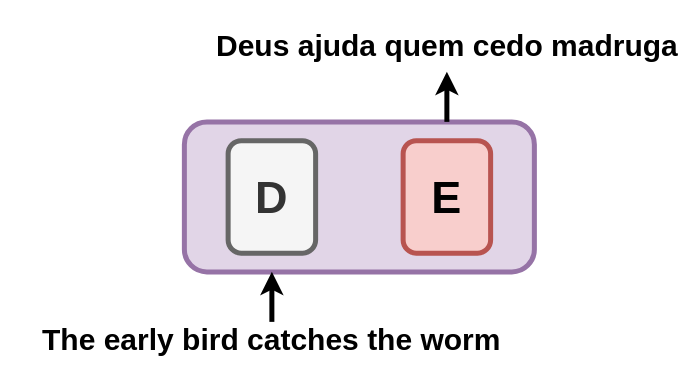
viniciusrpb/drawio_flowcharts keeps this draw.io diagram as transformer.drawio. Above is the earlier version. Source tidied: cells renumbered, new cells numbered last; positions are measured from the earlier drawing's top-left corner, leaving out a move shared by most shapes. Both pictures are drawn from the tidied source at 125%, with x=0, y=0 at pixel (21, 21).
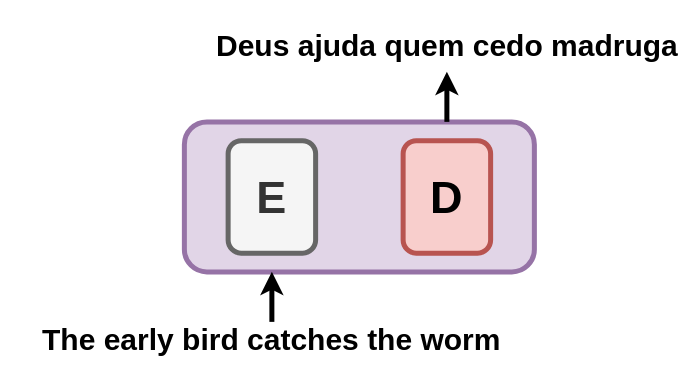
The same page after the edit.

What changed in the source:
```diff
@@
 <mxGraphModel>
   <root>
     <mxCell id="0" />
     <mxCell id="1" parent="0" />
     <mxCell id="2" style="rounded=1;whiteSpace=wrap;html=1;fontSize=36;glass=0;strokeWidth=4;shadow=0;fillColor=#e1d5e7;strokeColor=#9673a6;" parent="1" vertex="1">
       <mxGeometry x="130" y="80" width="280" height="120" as="geometry" />
     </mxCell>
     <mxCell id="3" style="edgeStyle=orthogonalEdgeStyle;rounded=0;jettySize=auto;html=1;strokeWidth=4;entryX=0.25;entryY=1;entryDx=0;entryDy=0;" parent="1" edge="1" source="4" target="2">
       <mxGeometry relative="1" as="geometry" />
     </mxCell>
     <mxCell id="4" value="The early bird catches the worm" style="text;html=1;align=center;verticalAlign=middle;whiteSpace=wrap;rounded=0;fontStyle=1;fontSize=24;strokeWidth=4;" parent="1" vertex="1">
       <mxGeometry y="240" width="400" height="30" as="geometry" />
     </mxCell>
     <mxCell id="5" style="edgeStyle=orthogonalEdgeStyle;rounded=0;jettySize=auto;html=1;exitX=0.75;exitY=0;exitDx=0;exitDy=0;fontStyle=1;fontSize=13;strokeWidth=4;" parent="1" edge="1" source="2" target="6">
       <mxGeometry relative="1" as="geometry" />
     </mxCell>
     <mxCell id="6" value="Deus ajuda quem cedo madruga" style="text;html=1;align=center;verticalAlign=middle;points=[];strokeColor=none;fillColor=none;fontSize=24;fontStyle=1;" parent="1" vertex="1">
       <mxGeometry x="155" width="370" height="40" as="geometry" />
     </mxCell>
-    <mxCell id="7" value="D" style="rounded=1;whiteSpace=wrap;html=1;fillColor=#f5f5f5;fontColor=#333333;strokeColor=#666666;strokeWidth=4;fontSize=36;fontStyle=1;" parent="1" vertex="1">
+    <mxCell id="7" value="E" style="rounded=1;whiteSpace=wrap;html=1;fillColor=#f5f5f5;fontColor=#333333;strokeColor=#666666;strokeWidth=4;fontSize=36;fontStyle=1;" parent="1" vertex="1">
       <mxGeometry x="165" y="95" width="70" height="90" as="geometry" />
     </mxCell>
-    <mxCell id="8" value="E" style="rounded=1;whiteSpace=wrap;html=1;fillColor=#f8cecc;strokeColor=#b85450;strokeWidth=4;fontSize=36;fontStyle=1;" parent="1" vertex="1">
+    <mxCell id="8" value="D" style="rounded=1;whiteSpace=wrap;html=1;fillColor=#f8cecc;strokeColor=#b85450;strokeWidth=4;fontSize=36;fontStyle=1;" parent="1" vertex="1">
       <mxGeometry x="305" y="95" width="70" height="90" as="geometry" />
     </mxCell>
   </root>
 </mxGraphModel>
```
